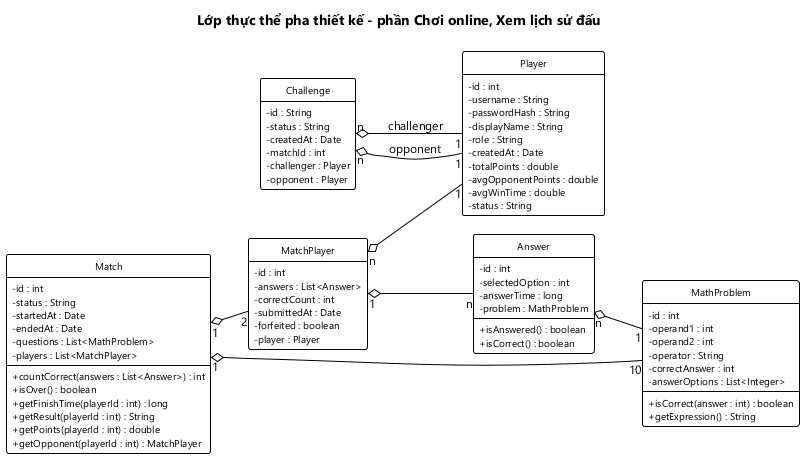
HungNguyenBa1811/math-dash keeps this PlantUML diagram as docs/hung/lop-thuc-the-hung.png. Above is the earlier version.
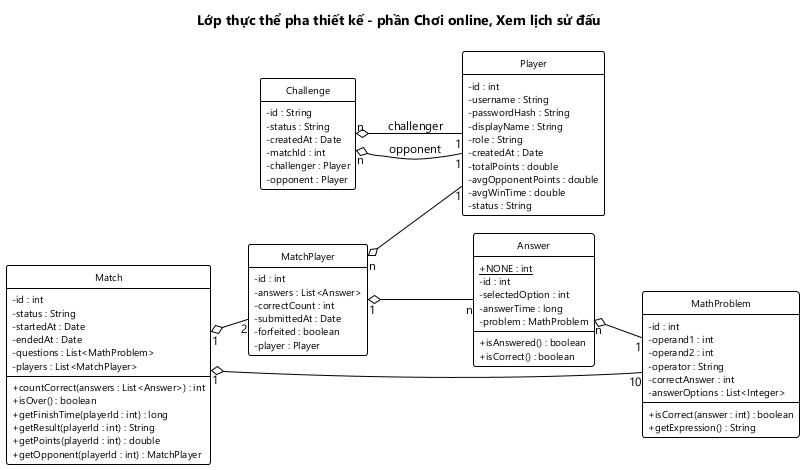
Later version of the same file.

What changed in the source:
```diff
@@ -72,6 +72,7 @@
   - player : Player
 }
 class Answer {
+  + {static} NONE : int
   - id : int
   - selectedOption : int
   - answerTime : long
```
